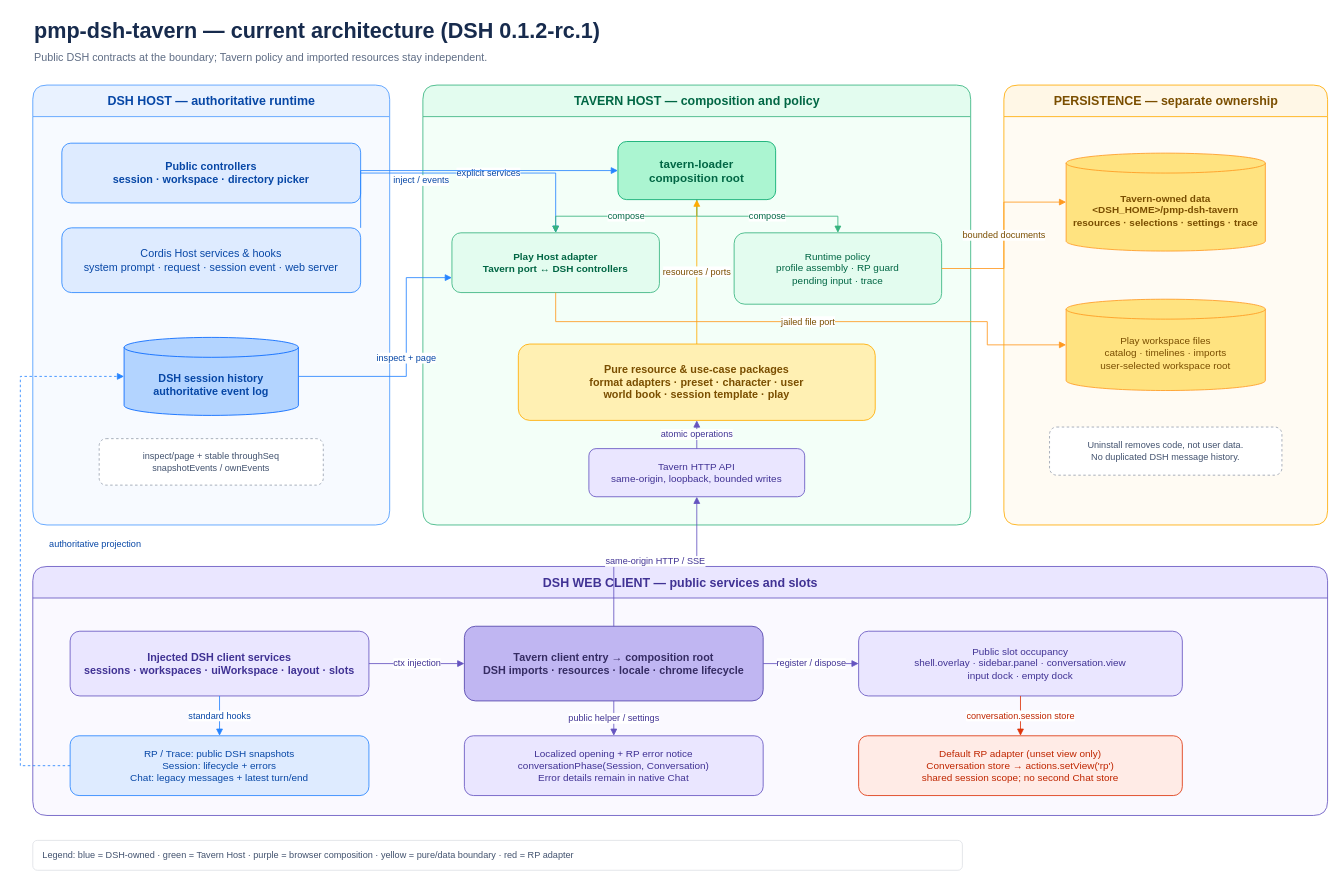
Before: docs/assets/dsh-tavern-architecture.drawio in Player-MINEPIG/dsh-tavern, a draw.io diagram. Source tidied: cells renumbered, new cells numbered last; positions are measured from the earlier drawing's top-left corner, leaving out a move shared by most shapes. Both pictures are drawn from the tidied source at 83%, with x=0, y=0 at pixel (20, 14).
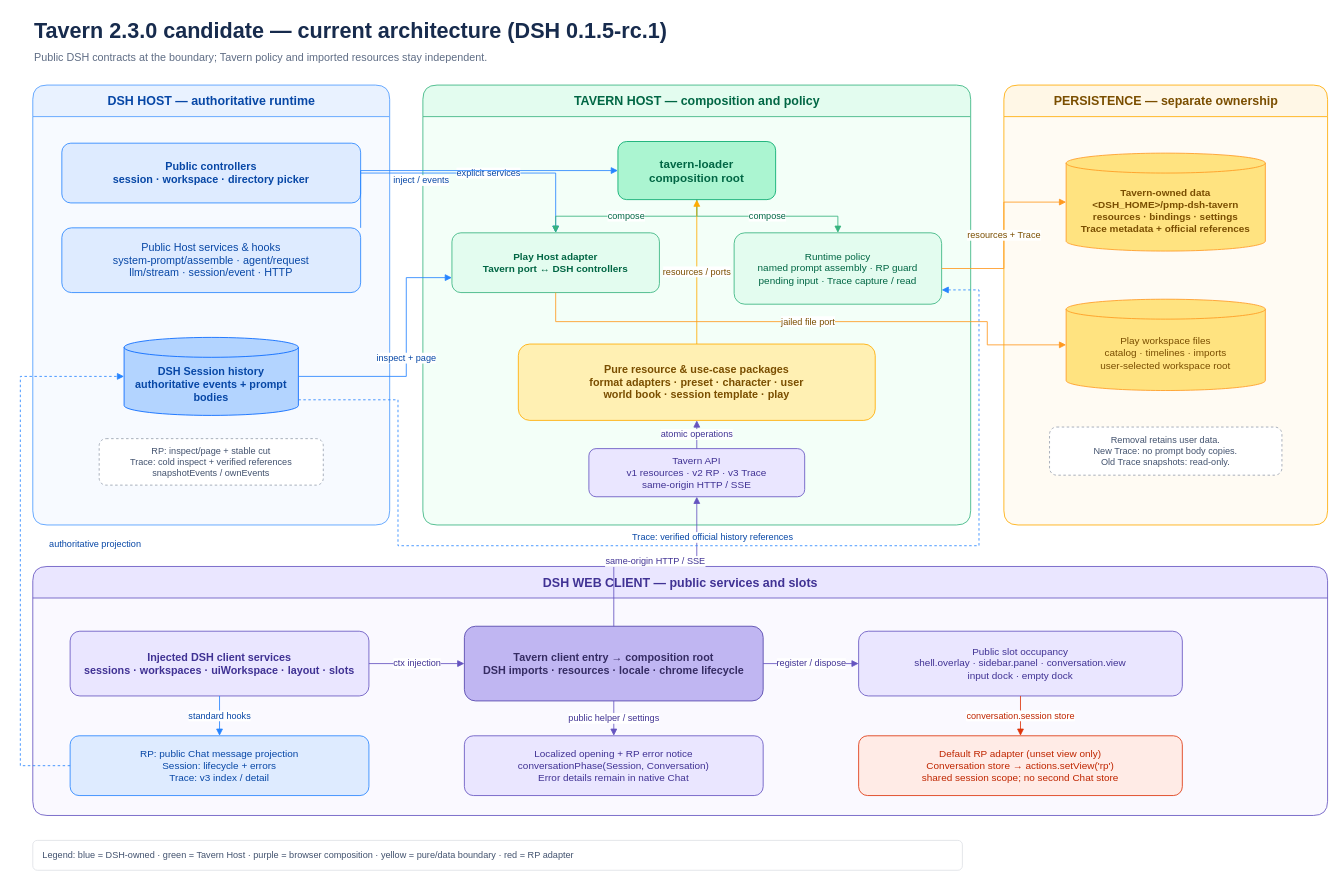
Above is the later version.

The change refers to these unchanged cells:
```xml
<mxCell id="4" value="DSH HOST — authoritative runtime" style="swimlane;html=1;rounded=1;horizontal=1;startSize=38;fillColor=#E9F2FF;swimlaneFillColor=#F7FAFF;strokeColor=#4C9AFF;fontColor=#0747A6;fontStyle=1;fontSize=15;" parent="1" vertex="1">
  <mxGeometry x="15" y="85" width="430" height="530" as="geometry" />
</mxCell>
<mxCell id="9" value="TAVERN HOST — composition and policy" style="swimlane;html=1;rounded=1;horizontal=1;startSize=38;fillColor=#E3FCEF;swimlaneFillColor=#F3FFF8;strokeColor=#36B37E;fontColor=#006644;fontStyle=1;fontSize=15;" parent="1" vertex="1">
  <mxGeometry x="485" y="85" width="660" height="530" as="geometry" />
</mxCell>
<mxCell id="15" value="PERSISTENCE — separate ownership" style="swimlane;html=1;rounded=1;horizontal=1;startSize=38;fillColor=#FFF7E6;swimlaneFillColor=#FFFBF3;strokeColor=#FFAB00;fontColor=#7A4E00;fontStyle=1;fontSize=15;" parent="1" vertex="1">
  <mxGeometry x="1185" y="85" width="390" height="530" as="geometry" />
</mxCell>
<mxCell id="19" value="DSH WEB CLIENT — public services and slots" style="swimlane;html=1;rounded=1;horizontal=1;startSize=38;fillColor=#EAE6FF;swimlaneFillColor=#FAF9FF;strokeColor=#6554C0;fontColor=#403294;fontStyle=1;fontSize=15;" parent="1" vertex="1">
  <mxGeometry x="15" y="665" width="1560" height="300" as="geometry" />
</mxCell>
```

The edit, as a diff of the source:
```diff
@@
-    <mxCell id="2" value="pmp-dsh-tavern — current architecture (DSH 0.1.2-rc.1)" style="text;html=1;strokeColor=none;fillColor=none;align=left;verticalAlign=middle;fontSize=26;fontStyle=1;fontColor=#172B4D;" parent="1" vertex="1">
+    <mxCell id="2" value="Tavern 2.3.0 candidate — current architecture (DSH 0.1.5-rc.1)" style="text;html=1;strokeColor=none;fillColor=none;align=left;verticalAlign=middle;fontSize=26;fontStyle=1;fontColor=#172B4D;" parent="1" vertex="1">
       <mxGeometry x="15" width="1040" height="40" as="geometry" />
     </mxCell>
@@
-    <mxCell id="6" value="Cordis Host services &amp; hooks&#10;system prompt · request · session event · web server" style="rounded=1;whiteSpace=wrap;html=1;fillColor=#DEEBFF;strokeColor=#2684FF;fontColor=#0747A6;fontSize=13;spacing=8;" parent="4" vertex="1">
+    <mxCell id="6" value="Public Host services &amp; hooks&#10;system-prompt/assemble · agent/request&#10;llm/stream · session/event · HTTP" style="rounded=1;whiteSpace=wrap;html=1;fillColor=#DEEBFF;strokeColor=#2684FF;fontColor=#0747A6;fontSize=13;spacing=8;" parent="4" vertex="1">
       <mxGeometry x="35" y="172" width="360" height="78" as="geometry" />
     </mxCell>
-    <mxCell id="7" value="DSH session history&#10;authoritative event log" style="shape=cylinder3;whiteSpace=wrap;html=1;boundedLbl=1;backgroundOutline=1;size=12;fillColor=#B3D4FF;strokeColor=#0065FF;fontColor=#0747A6;fontStyle=1;fontSize=13;" parent="4" vertex="1">
+    <mxCell id="7" value="DSH Session history&#10;authoritative events + prompt bodies" style="shape=cylinder3;whiteSpace=wrap;html=1;boundedLbl=1;backgroundOutline=1;size=12;fillColor=#B3D4FF;strokeColor=#0065FF;fontColor=#0747A6;fontStyle=1;fontSize=13;" parent="4" vertex="1">
       <mxGeometry x="110" y="304" width="210" height="94" as="geometry" />
     </mxCell>
-    <mxCell id="8" value="inspect/page + stable throughSeq&#10;snapshotEvents / ownEvents" style="rounded=1;whiteSpace=wrap;html=1;dashed=1;fillColor=#FFFFFF;strokeColor=#97A0AF;fontColor=#42526E;fontSize=11;" parent="4" vertex="1">
+    <mxCell id="8" value="RP: inspect/page + stable cut&#10;Trace: cold inspect + verified references&#10;snapshotEvents / ownEvents" style="rounded=1;whiteSpace=wrap;html=1;dashed=1;fillColor=#FFFFFF;strokeColor=#97A0AF;fontColor=#42526E;fontSize=11;" parent="4" vertex="1">
       <mxGeometry x="80" y="426" width="270" height="56" as="geometry" />
     </mxCell>
@@
-    <mxCell id="12" value="Runtime policy&#10;profile assembly · RP guard&#10;pending input · trace" style="rounded=1;whiteSpace=wrap;html=1;fillColor=#E3FCEF;strokeColor=#36B37E;fontColor=#006644;fontSize=12;spacing=8;" parent="9" vertex="1">
+    <mxCell id="12" value="Runtime policy&#10;named prompt assembly · RP guard&#10;pending input · Trace capture / read" style="rounded=1;whiteSpace=wrap;html=1;fillColor=#E3FCEF;strokeColor=#36B37E;fontColor=#006644;fontSize=12;spacing=8;" parent="9" vertex="1">
       <mxGeometry x="375" y="178" width="250" height="86" as="geometry" />
     </mxCell>
@@
-    <mxCell id="14" value="Tavern HTTP API&#10;same-origin, loopback, bounded writes" style="rounded=1;whiteSpace=wrap;html=1;fillColor=#EAE6FF;strokeColor=#6554C0;fontColor=#403294;fontSize=12;spacing=8;" parent="9" vertex="1">
+    <mxCell id="14" value="Tavern API&#10;v1 resources · v2 RP · v3 Trace&#10;same-origin HTTP / SSE" style="rounded=1;whiteSpace=wrap;html=1;fillColor=#EAE6FF;strokeColor=#6554C0;fontColor=#403294;fontSize=12;spacing=8;" parent="9" vertex="1">
       <mxGeometry x="200" y="438" width="260" height="58" as="geometry" />
     </mxCell>
@@
-    <mxCell id="16" value="Tavern-owned data&#10;&amp;lt;DSH_HOME&amp;gt;/pmp-dsh-tavern&#10;resources · selections · settings · trace" style="shape=cylinder3;whiteSpace=wrap;html=1;boundedLbl=1;backgroundOutline=1;size=12;fillColor=#FFE380;strokeColor=#FF991F;fontColor=#7A4E00;fontStyle=1;fontSize=12;" parent="15" vertex="1">
+    <mxCell id="16" value="Tavern-owned data&#10;&amp;lt;DSH_HOME&amp;gt;/pmp-dsh-tavern&#10;resources · bindings · settings&#10;Trace metadata + official references" style="shape=cylinder3;whiteSpace=wrap;html=1;boundedLbl=1;backgroundOutline=1;size=12;fillColor=#FFE380;strokeColor=#FF991F;fontColor=#7A4E00;fontStyle=1;fontSize=12;" parent="15" vertex="1">
       <mxGeometry x="75" y="82" width="240" height="118" as="geometry" />
     </mxCell>
@@
-    <mxCell id="18" value="Uninstall removes code, not user data.&#10;No duplicated DSH message history." style="rounded=1;whiteSpace=wrap;html=1;dashed=1;fillColor=#FFFFFF;strokeColor=#97A0AF;fontColor=#42526E;fontSize=11;" parent="15" vertex="1">
+    <mxCell id="18" value="Removal retains user data.&#10;New Trace: no prompt body copies.&#10;Old Trace snapshots: read-only." style="rounded=1;whiteSpace=wrap;html=1;dashed=1;fillColor=#FFFFFF;strokeColor=#97A0AF;fontColor=#42526E;fontSize=11;" parent="15" vertex="1">
       <mxGeometry x="55" y="412" width="280" height="58" as="geometry" />
     </mxCell>
@@
-    <mxCell id="24" value="RP / Trace: public DSH snapshots&#10;Session: lifecycle + errors&#10;Chat: legacy messages + latest turn/end" style="rounded=1;whiteSpace=wrap;html=1;fillColor=#DEEBFF;strokeColor=#2684FF;fontColor=#0747A6;fontSize=12;spacing=8;" parent="19" vertex="1">
+    <mxCell id="24" value="RP: public Chat message projection&#10;Session: lifecycle + errors&#10;Trace: v3 index / detail" style="rounded=1;whiteSpace=wrap;html=1;fillColor=#DEEBFF;strokeColor=#2684FF;fontColor=#0747A6;fontSize=12;spacing=8;" parent="19" vertex="1">
       <mxGeometry x="45" y="204" width="360" height="72" as="geometry" />
     </mxCell>
@@
-    <mxCell id="33" value="bounded documents" style="edgeStyle=orthogonalEdgeStyle;rounded=0;jettySize=auto;html=1;endArrow=block;endFill=1;strokeColor=#FF991F;fontColor=#7A4E00;fontSize=11;" parent="1" edge="1" source="12" target="16">
+    <mxCell id="33" value="resources + Trace" style="edgeStyle=orthogonalEdgeStyle;rounded=0;jettySize=auto;html=1;endArrow=block;endFill=1;strokeColor=#FF991F;fontColor=#7A4E00;fontSize=11;" parent="1" edge="1" source="12" target="16">
       <mxGeometry relative="1" as="geometry" />
     </mxCell>
@@
+    <mxCell id="43" value="Trace: verified official history references" style="edgeStyle=orthogonalEdgeStyle;rounded=0;jettySize=auto;html=1;exitX=1;exitY=0.8;exitDx=0;exitDy=0;entryX=1;entryY=0.8;entryDx=0;entryDy=0;endArrow=block;endFill=1;dashed=1;strokeColor=#2684FF;fontColor=#0747A6;fontSize=11;labelBackgroundColor=#FFFFFF;" parent="1" edge="1" source="7" target="12">
+      <mxGeometry relative="1" as="geometry">
+        <Array as="points">
+          <mxPoint x="455" y="464" />
+          <mxPoint x="455" y="640" />
+          <mxPoint x="1155" y="640" />
+          <mxPoint x="1155" y="332" />
+        </Array>
+        <mxPoint y="-10" as="offset" />
+      </mxGeometry>
+    </mxCell>
```
